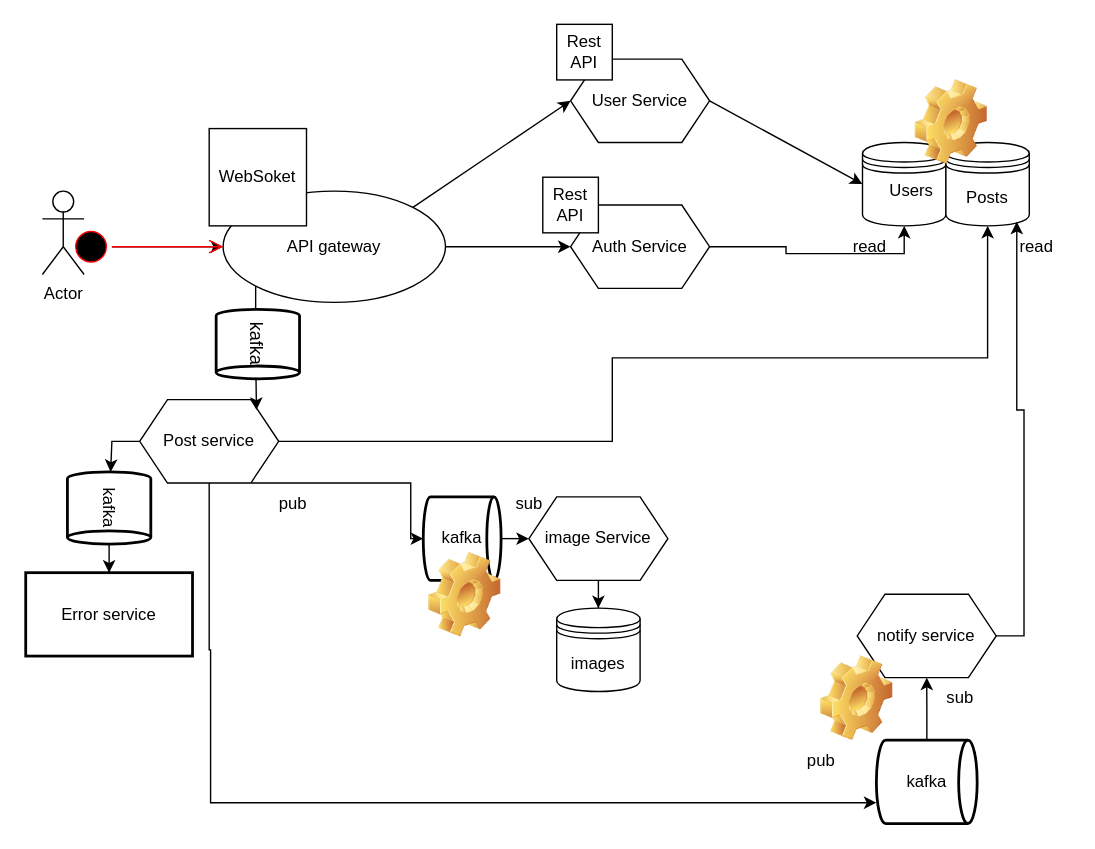
Before: src/Диаграмма без названия.drawio in maxfa5/image-boarg, a draw.io diagram. Source tidied: cells renumbered, new cells numbered last; positions are measured from the earlier drawing's top-left corner, leaving out a move shared by most shapes. Both pictures are drawn from the tidied source at 139%, with x=0, y=0 at pixel (25, 24).
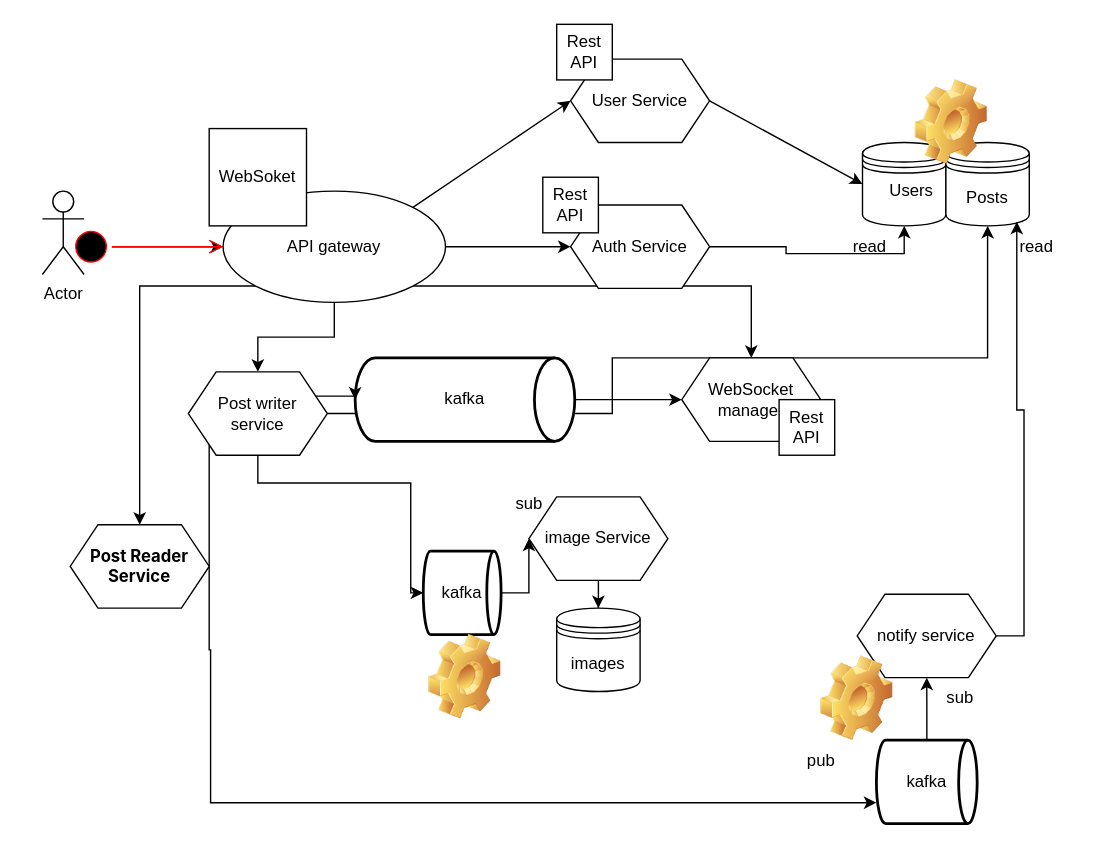
The same diagram, later.

The change refers to these unchanged cells:
```xml
<mxCell id="4" value="API gateway" style="rounded=0;whiteSpace=wrap;html=1;shape=ellipse;perimeter=ellipsePerimeter;" parent="1" vertex="1">
  <mxGeometry x="142" y="120" width="160" height="80" as="geometry" />
</mxCell>
```

Change to the diagram source:
```diff
@@
+    <mxCell id="47" style="edgeStyle=orthogonalEdgeStyle;rounded=0;jettySize=auto;html=1;exitX=1;exitY=1;exitDx=0;exitDy=0;" parent="1" edge="1" source="4" target="50">
+      <mxGeometry relative="1" as="geometry" />
+    </mxCell>
+    <mxCell id="48" style="edgeStyle=orthogonalEdgeStyle;rounded=0;jettySize=auto;html=1;exitX=0;exitY=1;exitDx=0;exitDy=0;" parent="1" edge="1" source="4" target="52">
+      <mxGeometry relative="1" as="geometry" />
+    </mxCell>
+    <mxCell id="37" style="edgeStyle=orthogonalEdgeStyle;rounded=0;jettySize=auto;html=1;exitX=0.5;exitY=1;exitDx=0;exitDy=0;" parent="1" edge="1" source="4" target="20">
+      <mxGeometry relative="1" as="geometry" />
+    </mxCell>
@@
-    <mxCell id="19" style="edgeStyle=orthogonalEdgeStyle;rounded=0;jettySize=auto;html=1;" parent="1" edge="1" source="20" target="45">
-      <mxGeometry relative="1" as="geometry">
-        <Array as="points">
-          <mxPoint x="62" y="300" />
-          <mxPoint x="62" y="342" />
-          <mxPoint x="60" y="342" />
-        </Array>
-      </mxGeometry>
-    </mxCell>
-    <mxCell id="20" value="Post service" style="rounded=0;whiteSpace=wrap;html=1;shape=hexagon;perimeter=hexagonPerimeter2;fixedSize=1;" parent="1" vertex="1">
-      <mxGeometry x="82" y="270" width="100" height="60" as="geometry" />
+    <mxCell id="20" value="Post writer service" style="rounded=0;whiteSpace=wrap;html=1;shape=hexagon;perimeter=hexagonPerimeter2;fixedSize=1;" parent="1" vertex="1">
+      <mxGeometry x="117" y="250" width="100" height="60" as="geometry" />
     </mxCell>
@@
     <mxCell id="27" value="kafka" style="strokeWidth=2;html=1;shape=mxgraph.flowchart.direct_data;whiteSpace=wrap;" parent="1" vertex="1">
-      <mxGeometry x="286" y="340" width="56" height="60" as="geometry" />
+      <mxGeometry x="286" y="379" width="56" height="60" as="geometry" />
     </mxCell>
@@
-    <mxCell id="29" value="pub" style="text;html=1;align=center;verticalAlign=middle;strokeColor=none;fillColor=none;" parent="1" vertex="1">
-      <mxGeometry x="172" y="330" width="40" height="30" as="geometry" />
-    </mxCell>
@@
-    <mxCell id="37" style="edgeStyle=orthogonalEdgeStyle;rounded=0;jettySize=auto;html=1;exitX=0;exitY=1;exitDx=0;exitDy=0;entryX=0.84;entryY=0.123;entryDx=0;entryDy=0;entryPerimeter=0;" parent="1" edge="1" source="4" target="20">
-      <mxGeometry relative="1" as="geometry" />
-    </mxCell>
@@
     <mxCell id="40" style="shape=image;html=1;verticalLabelPosition=bottom;verticalAlign=top;imageAspect=1;image=img/clipart/Gear_128x128.png;" parent="1" vertex="1">
-      <mxGeometry x="290" y="380" width="52" height="61" as="geometry" />
+      <mxGeometry x="290" y="439" width="52" height="61" as="geometry" />
     </mxCell>
@@
-    <mxCell id="43" value="&lt;font style=&quot;font-size: 13px;&quot;&gt;kafka&lt;/font&gt;" style="strokeWidth=2;html=1;shape=mxgraph.flowchart.direct_data;whiteSpace=wrap;rotation=90;" parent="1" vertex="1">
-      <mxGeometry x="142" y="200" width="50" height="60" as="geometry" />
-    </mxCell>
-    <mxCell id="44" style="edgeStyle=orthogonalEdgeStyle;rounded=0;jettySize=auto;html=1;" parent="1" edge="1" source="45" target="46">
-      <mxGeometry relative="1" as="geometry" />
-    </mxCell>
+    <mxCell id="49" style="edgeStyle=orthogonalEdgeStyle;rounded=0;jettySize=auto;html=1;entryX=0;entryY=0.5;entryDx=0;entryDy=0;" parent="1" edge="1" source="45" target="50">
+      <mxGeometry relative="1" as="geometry" />
+    </mxCell>
-    <mxCell id="45" value="kafka" style="strokeWidth=2;html=1;shape=mxgraph.flowchart.direct_data;whiteSpace=wrap;rotation=90;" parent="1" vertex="1">
-      <mxGeometry x="34" y="318" width="52" height="60" as="geometry" />
+    <mxCell id="45" value="kafka" style="strokeWidth=2;html=1;shape=mxgraph.flowchart.direct_data;whiteSpace=wrap;rotation=0;" parent="1" vertex="1">
+      <mxGeometry x="237" y="240" width="158" height="60" as="geometry" />
     </mxCell>
-    <mxCell id="46" value="Error service" style="whiteSpace=wrap;html=1;strokeWidth=2;" parent="1" vertex="1">
-      <mxGeometry y="394.5" width="120" height="60" as="geometry" />
-    </mxCell>
+    <mxCell id="50" value="WebSocket manager" style="rounded=0;whiteSpace=wrap;html=1;shape=hexagon;perimeter=hexagonPerimeter2;fixedSize=1;" parent="1" vertex="1">
+      <mxGeometry x="472" y="240" width="100" height="60" as="geometry" />
+    </mxCell>
+    <mxCell id="51" value="Rest API" style="whiteSpace=wrap;html=1;" parent="1" vertex="1">
+      <mxGeometry x="542" y="270" width="40" height="40" as="geometry" />
+    </mxCell>
+    <mxCell id="19" style="edgeStyle=orthogonalEdgeStyle;rounded=0;jettySize=auto;html=1;exitX=1;exitY=0.25;exitDx=0;exitDy=0;entryX=0;entryY=0.5;entryDx=0;entryDy=0;entryPerimeter=0;" parent="1" edge="1" source="20" target="45">
+      <mxGeometry relative="1" as="geometry" />
+    </mxCell>
+    <mxCell id="52" value="&lt;h4 style=&quot;font-weight: var(--ds-font-weight-strong); line-height: var(--ds-md-line-height); margin: calc(var(--ds-md-zoom)*16px)0 calc(var(--ds-md-zoom)*12px)0; font-family: Inter, system-ui, -apple-system, BlinkMacSystemFont, &amp;quot;Segoe UI&amp;quot;, Roboto, &amp;quot;Noto Sans&amp;quot;, Ubuntu, Cantarell, &amp;quot;Helvetica Neue&amp;quot;, Oxygen, &amp;quot;Open Sans&amp;quot;, sans-serif;&quot;&gt;&lt;strong style=&quot;&quot;&gt;&lt;font style=&quot;color: rgb(0, 0, 0);&quot;&gt;Post Reader Service&lt;/font&gt;&lt;/strong&gt;&lt;/h4&gt;" style="rounded=0;whiteSpace=wrap;html=1;shape=hexagon;perimeter=hexagonPerimeter2;fixedSize=1;align=center;" parent="1" vertex="1">
+      <mxGeometry x="32" y="360" width="100" height="60" as="geometry" />
+    </mxCell>
```
